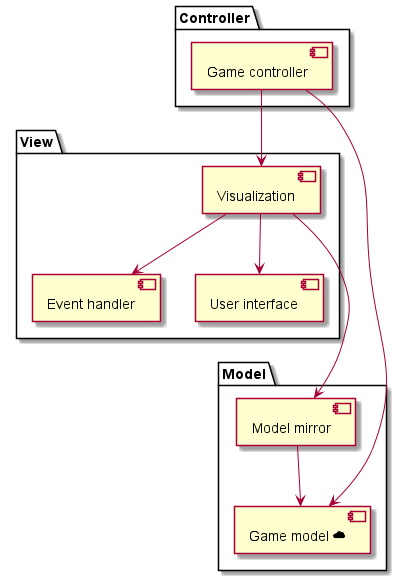
The PlantUML diagram Development/Component/ModelViewController.png in SWA-group-1/PlantUML, before a commit.
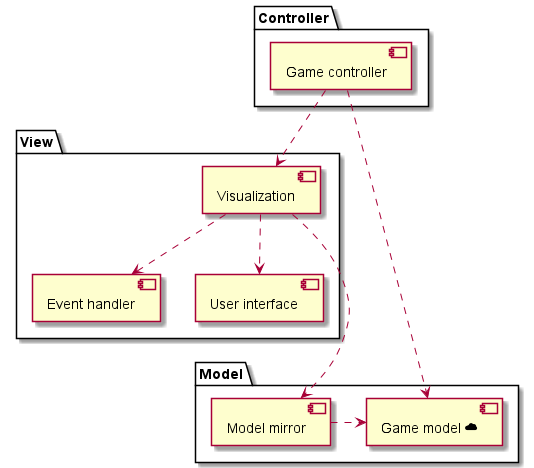
Later version of the same file.

Commit message:
Updated MVC component diagram style to slide variant. #4

Change to the diagram source:
```diff
@@ -4,7 +4,7 @@
     component "Game model ☁" as model
     component "Model mirror" as mirror
 
-    mirror -down-> model
+    mirror .right.> model
 }
 
 package "View" {
@@ -12,18 +12,18 @@
     component "Visualization" as visualization
     component "User interface" as ui
 
-    visualization -down-> event
-    visualization -down-> ui
+    visualization .down.> event
+    visualization .down.> ui
 }
 
 package "Controller" {
     component "Game controller" as controller
 }
 
-controller -down-> visualization
-controller -down-> model
-visualization -down-> mirror
-event -[hidden]-> mirror
-ui -[hidden]-> mirror
+controller .down.> visualization
+controller .down.> model
+visualization .down.> mirror
+event -[hidden]right- mirror
+ui -[hidden]- mirror
 
 @enduml
```
